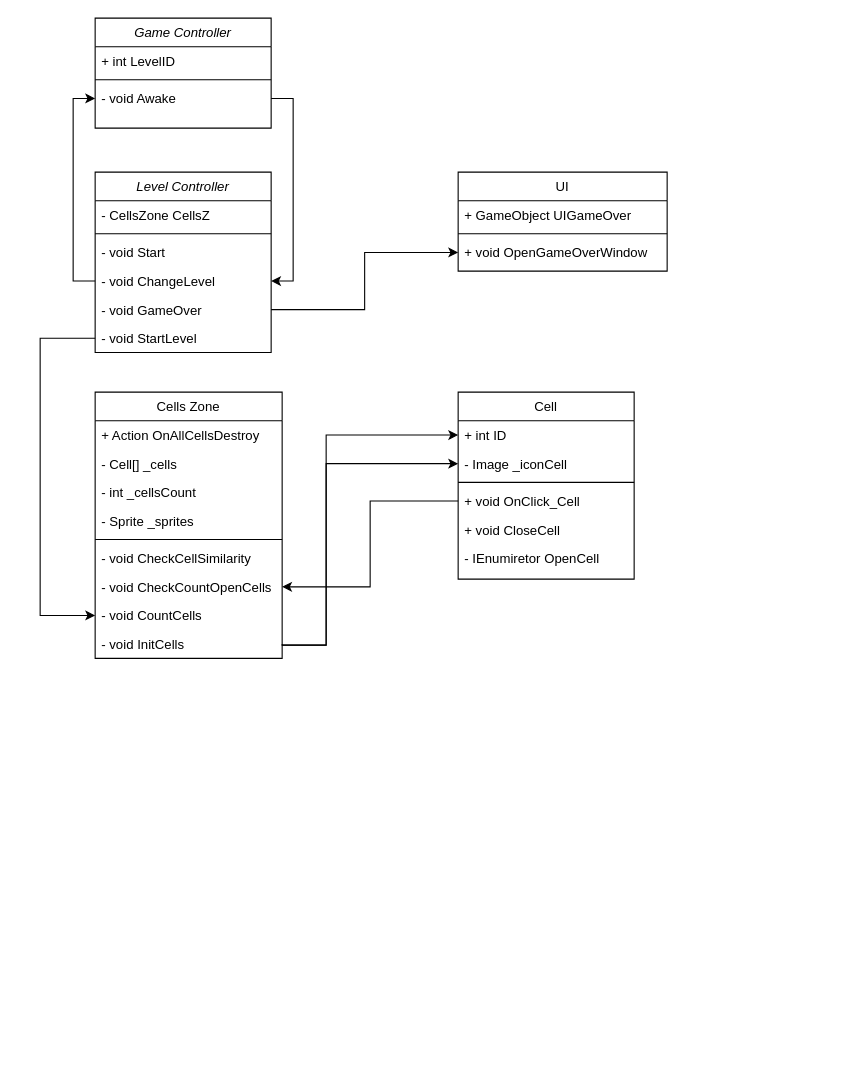
The draw.io diagram Double Trouble.drawio in dvpavlov-dev/Cute-Cells, before the edit. Source tidied: cells renumbered, new cells numbered last; positions are measured from the earlier drawing's top-left corner, leaving out a move shared by most shapes. Both pictures are drawn from the tidied source at 110%, with x=0, y=0 at pixel (40, 18).
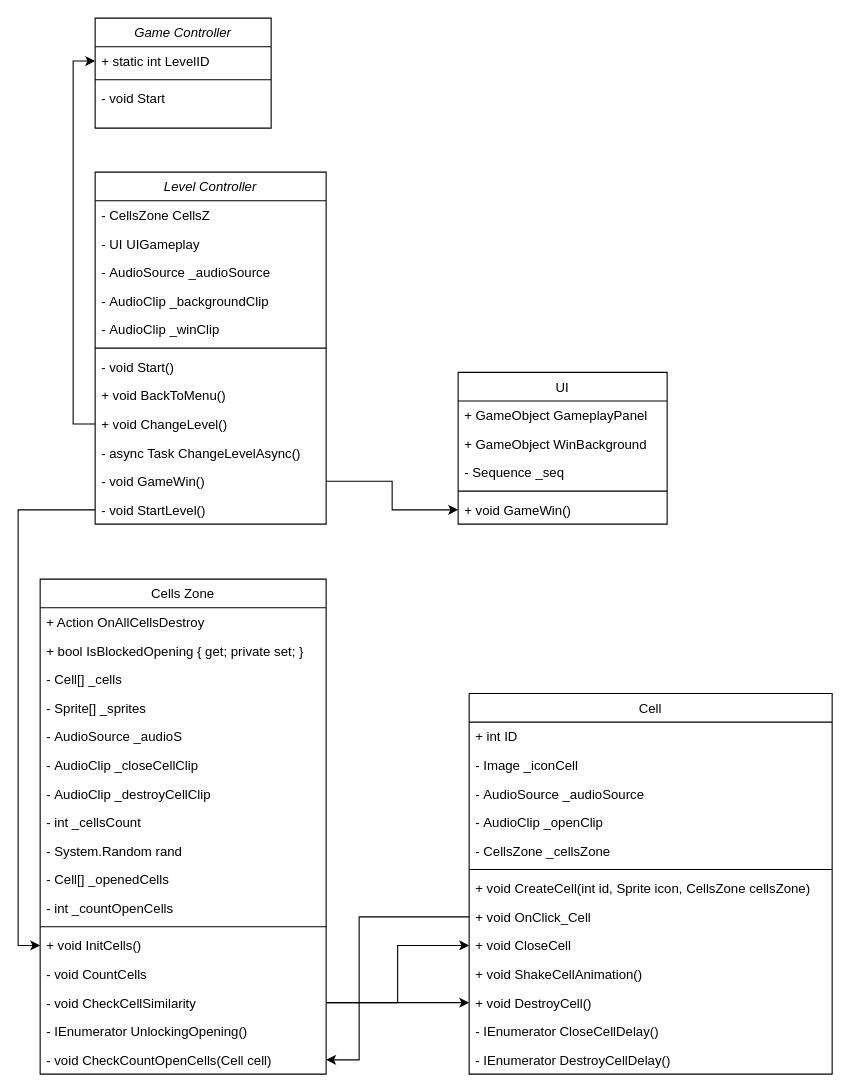
Above is the later version.

Commit message (it also covers changes not shown here):
Дополнил диаграмму классов

The change refers to these unchanged cells:
```xml
<mxCell id="26" value="Game Controller" style="swimlane;fontStyle=2;align=center;verticalAlign=top;horizontal=1;startSize=26;rounded=0;shadow=0;strokeWidth=1;" parent="1" vertex="1">
  <mxGeometry x="50" width="160" height="100" as="geometry" />
</mxCell>
```

What changed in the source:
```diff
@@
     <mxCell id="2" value="Level Controller" style="swimlane;fontStyle=2;align=center;verticalAlign=top;horizontal=1;startSize=26;rounded=0;shadow=0;strokeWidth=1;" parent="1" vertex="1">
-      <mxGeometry x="50" y="140" width="160" height="164" as="geometry" />
+      <mxGeometry x="50" y="140" width="210" height="320" as="geometry" />
     </mxCell>
     <mxCell id="3" value="- CellsZone CellsZ" style="text;align=left;verticalAlign=top;spacingLeft=4;spacingRight=4;overflow=hidden;" parent="2" vertex="1">
-      <mxGeometry y="26" width="160" height="26" as="geometry" />
+      <mxGeometry y="26" width="210" height="26" as="geometry" />
     </mxCell>
+    <mxCell id="41" value="- UI UIGameplay" style="text;align=left;verticalAlign=top;spacingLeft=4;spacingRight=4;overflow=hidden;" parent="2" vertex="1">
+      <mxGeometry y="52" width="210" height="26" as="geometry" />
+    </mxCell>
+    <mxCell id="42" value="- AudioSource _audioSource" style="text;align=left;verticalAlign=top;spacingLeft=4;spacingRight=4;overflow=hidden;" parent="2" vertex="1">
+      <mxGeometry y="78" width="210" height="26" as="geometry" />
+    </mxCell>
+    <mxCell id="43" value="- AudioClip _backgroundClip" style="text;align=left;verticalAlign=top;spacingLeft=4;spacingRight=4;overflow=hidden;" parent="2" vertex="1">
+      <mxGeometry y="104" width="210" height="26" as="geometry" />
+    </mxCell>
+    <mxCell id="44" value="- AudioClip _winClip" style="text;align=left;verticalAlign=top;spacingLeft=4;spacingRight=4;overflow=hidden;" parent="2" vertex="1">
+      <mxGeometry y="130" width="210" height="26" as="geometry" />
+    </mxCell>
     <mxCell id="4" style="line;html=1;strokeWidth=1;align=left;verticalAlign=middle;spacingTop=-1;spacingLeft=3;spacingRight=3;labelPosition=right;" parent="2" vertex="1">
-      <mxGeometry y="52" width="160" height="8" as="geometry" />
+      <mxGeometry y="156" width="210" height="8" as="geometry" />
     </mxCell>
-    <mxCell id="5" value="- void Start" style="text;align=left;verticalAlign=top;spacingLeft=4;spacingRight=4;overflow=hidden;" parent="2" vertex="1">
-      <mxGeometry y="60" width="160" height="26" as="geometry" />
+    <mxCell id="5" value="- void Start()" style="text;align=left;verticalAlign=top;spacingLeft=4;spacingRight=4;overflow=hidden;" parent="2" vertex="1">
+      <mxGeometry y="164" width="210" height="26" as="geometry" />
     </mxCell>
+    <mxCell id="45" value="+ void BackToMenu()" style="text;align=left;verticalAlign=top;spacingLeft=4;spacingRight=4;overflow=hidden;" parent="2" vertex="1">
+      <mxGeometry y="190" width="210" height="26" as="geometry" />
+    </mxCell>
-    <mxCell id="6" value="- void ChangeLevel" style="text;align=left;verticalAlign=top;spacingLeft=4;spacingRight=4;overflow=hidden;points=[[0,0.5],[1,0.5]];portConstraint=eastwest;" parent="2" vertex="1">
-      <mxGeometry y="86" width="160" height="26" as="geometry" />
+    <mxCell id="6" value="+ void ChangeLevel()" style="text;align=left;verticalAlign=top;spacingLeft=4;spacingRight=4;overflow=hidden;points=[[0,0.5],[1,0.5]];portConstraint=eastwest;" parent="2" vertex="1">
+      <mxGeometry y="216" width="210" height="26" as="geometry" />
     </mxCell>
+    <mxCell id="46" value="- async Task ChangeLevelAsync()" style="text;align=left;verticalAlign=top;spacingLeft=4;spacingRight=4;overflow=hidden;" parent="2" vertex="1">
+      <mxGeometry y="242" width="210" height="26" as="geometry" />
+    </mxCell>
-    <mxCell id="7" value="- void GameOver" style="text;align=left;verticalAlign=top;spacingLeft=4;spacingRight=4;overflow=hidden;points=[[0,0.5],[1,0.5]];portConstraint=eastwest;" parent="2" vertex="1">
-      <mxGeometry y="112" width="160" height="26" as="geometry" />
+    <mxCell id="7" value="- void GameWin()" style="text;align=left;verticalAlign=top;spacingLeft=4;spacingRight=4;overflow=hidden;points=[[0,0.5],[1,0.5]];portConstraint=eastwest;" parent="2" vertex="1">
+      <mxGeometry y="268" width="210" height="26" as="geometry" />
     </mxCell>
-    <mxCell id="8" value="- void StartLevel" style="text;align=left;verticalAlign=top;spacingLeft=4;spacingRight=4;overflow=hidden;points=[[0,0.5],[1,0.5]];portConstraint=eastwest;" parent="2" vertex="1">
-      <mxGeometry y="138" width="160" height="26" as="geometry" />
+    <mxCell id="8" value="- void StartLevel()" style="text;align=left;verticalAlign=top;spacingLeft=4;spacingRight=4;overflow=hidden;points=[[0,0.5],[1,0.5]];portConstraint=eastwest;" parent="2" vertex="1">
+      <mxGeometry y="294" width="210" height="26" as="geometry" />
     </mxCell>
     <mxCell id="9" value="Cell" style="swimlane;fontStyle=0;align=center;verticalAlign=top;horizontal=1;startSize=26;rounded=0;shadow=0;strokeWidth=1;" parent="1" vertex="1">
-      <mxGeometry x="380" y="340" width="160" height="170" as="geometry" />
+      <mxGeometry x="390" y="614" width="330" height="346" as="geometry" />
     </mxCell>
     <mxCell id="10" value="+ int ID" style="text;align=left;verticalAlign=top;spacingLeft=4;spacingRight=4;overflow=hidden;points=[[0,0.5],[1,0.5]];portConstraint=eastwest;" parent="9" vertex="1">
-      <mxGeometry y="26" width="160" height="26" as="geometry" />
+      <mxGeometry y="26" width="330" height="26" as="geometry" />
     </mxCell>
     <mxCell id="11" value="- Image _iconCell" style="text;align=left;verticalAlign=top;spacingLeft=4;spacingRight=4;overflow=hidden;points=[[0,0.5],[1,0.5]];portConstraint=eastwest;" parent="9" vertex="1">
-      <mxGeometry y="52" width="160" height="26" as="geometry" />
+      <mxGeometry y="52" width="330" height="26" as="geometry" />
     </mxCell>
+    <mxCell id="47" value="- AudioSource _audioSource" style="text;align=left;verticalAlign=top;spacingLeft=4;spacingRight=4;overflow=hidden;" parent="9" vertex="1">
+      <mxGeometry y="78" width="330" height="26" as="geometry" />
+    </mxCell>
+    <mxCell id="48" value="- AudioClip _openClip" style="text;align=left;verticalAlign=top;spacingLeft=4;spacingRight=4;overflow=hidden;" parent="9" vertex="1">
+      <mxGeometry y="104" width="330" height="26" as="geometry" />
+    </mxCell>
+    <mxCell id="49" value="- CellsZone _cellsZone" style="text;align=left;verticalAlign=top;spacingLeft=4;spacingRight=4;overflow=hidden;" parent="9" vertex="1">
+      <mxGeometry y="130" width="330" height="26" as="geometry" />
+    </mxCell>
     <mxCell id="12" style="line;html=1;strokeWidth=1;align=left;verticalAlign=middle;spacingTop=-1;spacingLeft=3;spacingRight=3;labelPosition=right;" parent="9" vertex="1">
-      <mxGeometry y="78" width="160" height="8" as="geometry" />
+      <mxGeometry y="156" width="330" height="8" as="geometry" />
     </mxCell>
+    <mxCell id="50" value="+ void CreateCell(int id, Sprite icon, CellsZone cellsZone)" style="text;align=left;verticalAlign=top;spacingLeft=4;spacingRight=4;overflow=hidden;" parent="9" vertex="1">
+      <mxGeometry y="164" width="330" height="26" as="geometry" />
+    </mxCell>
     <mxCell id="13" value="+ void OnClick_Cell" style="text;align=left;verticalAlign=top;spacingLeft=4;spacingRight=4;overflow=hidden;points=[[0,0.5],[1,0.5]];portConstraint=eastwest;" parent="9" vertex="1">
-      <mxGeometry y="86" width="160" height="26" as="geometry" />
+      <mxGeometry y="190" width="330" height="26" as="geometry" />
     </mxCell>
     <mxCell id="14" value="+ void CloseCell" style="text;align=left;verticalAlign=top;spacingLeft=4;spacingRight=4;overflow=hidden;points=[[0,0.5],[1,0.5]];portConstraint=eastwest;" parent="9" vertex="1">
-      <mxGeometry y="112" width="160" height="26" as="geometry" />
+      <mxGeometry y="216" width="330" height="26" as="geometry" />
     </mxCell>
+    <mxCell id="51" value="+ void ShakeCellAnimation()" style="text;align=left;verticalAlign=top;spacingLeft=4;spacingRight=4;overflow=hidden;" parent="9" vertex="1">
+      <mxGeometry y="242" width="330" height="26" as="geometry" />
+    </mxCell>
+    <mxCell id="52" value="+ void DestroyCell()" style="text;align=left;verticalAlign=top;spacingLeft=4;spacingRight=4;overflow=hidden;points=[[0,0.5],[1,0.5]];portConstraint=eastwest;" parent="9" vertex="1">
+      <mxGeometry y="268" width="330" height="26" as="geometry" />
+    </mxCell>
+    <mxCell id="53" value="- IEnumerator CloseCellDelay()" style="text;align=left;verticalAlign=top;spacingLeft=4;spacingRight=4;overflow=hidden;" parent="9" vertex="1">
+      <mxGeometry y="294" width="330" height="26" as="geometry" />
+    </mxCell>
-    <mxCell id="15" value="- IEnumiretor OpenCell" style="text;align=left;verticalAlign=top;spacingLeft=4;spacingRight=4;overflow=hidden;" parent="9" vertex="1">
-      <mxGeometry y="138" width="160" height="26" as="geometry" />
+    <mxCell id="15" value="- IEnumerator DestroyCellDelay()" style="text;align=left;verticalAlign=top;spacingLeft=4;spacingRight=4;overflow=hidden;" parent="9" vertex="1">
+      <mxGeometry y="320" width="330" height="26" as="geometry" />
     </mxCell>
     <mxCell id="16" value="Cells Zone" style="swimlane;fontStyle=0;align=center;verticalAlign=top;horizontal=1;startSize=26;rounded=0;shadow=0;strokeWidth=1;" parent="1" vertex="1">
-      <mxGeometry x="50" y="340" width="170" height="242" as="geometry" />
+      <mxGeometry y="510" width="260" height="450" as="geometry" />
     </mxCell>
     <mxCell id="17" value="+ Action OnAllCellsDestroy" style="text;align=left;verticalAlign=top;spacingLeft=4;spacingRight=4;overflow=hidden;" parent="16" vertex="1">
-      <mxGeometry y="26" width="170" height="26" as="geometry" />
+      <mxGeometry y="26" width="260" height="26" as="geometry" />
     </mxCell>
+    <mxCell id="54" value="+ bool IsBlockedOpening { get; private set; }" style="text;align=left;verticalAlign=top;spacingLeft=4;spacingRight=4;overflow=hidden;" parent="16" vertex="1">
+      <mxGeometry y="52" width="260" height="26" as="geometry" />
+    </mxCell>
     <mxCell id="18" value="- Cell[] _cells" style="text;align=left;verticalAlign=top;spacingLeft=4;spacingRight=4;overflow=hidden;" parent="16" vertex="1">
-      <mxGeometry y="52" width="170" height="26" as="geometry" />
+      <mxGeometry y="78" width="260" height="26" as="geometry" />
     </mxCell>
+    <mxCell id="55" value="- Sprite[] _sprites" style="text;align=left;verticalAlign=top;spacingLeft=4;spacingRight=4;overflow=hidden;" parent="16" vertex="1">
+      <mxGeometry y="104" width="260" height="26" as="geometry" />
+    </mxCell>
+    <mxCell id="56" value="- AudioSource _audioS" style="text;align=left;verticalAlign=top;spacingLeft=4;spacingRight=4;overflow=hidden;" parent="16" vertex="1">
+      <mxGeometry y="130" width="260" height="26" as="geometry" />
+    </mxCell>
+    <mxCell id="57" value="- AudioClip _closeCellClip" style="text;align=left;verticalAlign=top;spacingLeft=4;spacingRight=4;overflow=hidden;" parent="16" vertex="1">
+      <mxGeometry y="156" width="260" height="26" as="geometry" />
+    </mxCell>
+    <mxCell id="58" value="- AudioClip _destroyCellClip" style="text;align=left;verticalAlign=top;spacingLeft=4;spacingRight=4;overflow=hidden;" parent="16" vertex="1">
+      <mxGeometry y="182" width="260" height="26" as="geometry" />
+    </mxCell>
     <mxCell id="19" value="- int _cellsCount" style="text;align=left;verticalAlign=top;spacingLeft=4;spacingRight=4;overflow=hidden;" parent="16" vertex="1">
-      <mxGeometry y="78" width="170" height="26" as="geometry" />
+      <mxGeometry y="208" width="260" height="26" as="geometry" />
     </mxCell>
-    <mxCell id="20" value="- Sprite _sprites" style="text;align=left;verticalAlign=top;spacingLeft=4;spacingRight=4;overflow=hidden;" parent="16" vertex="1">
-      <mxGeometry y="104" width="170" height="26" as="geometry" />
-    </mxCell>
+    <mxCell id="59" value="- System.Random rand" style="text;align=left;verticalAlign=top;spacingLeft=4;spacingRight=4;overflow=hidden;" parent="16" vertex="1">
+      <mxGeometry y="234" width="260" height="26" as="geometry" />
+    </mxCell>
+    <mxCell id="60" value="- Cell[] _openedCells" style="text;align=left;verticalAlign=top;spacingLeft=4;spacingRight=4;overflow=hidden;" parent="16" vertex="1">
+      <mxGeometry y="260" width="260" height="26" as="geometry" />
+    </mxCell>
+    <mxCell id="61" value="- int _countOpenCells" style="text;align=left;verticalAlign=top;spacingLeft=4;spacingRight=4;overflow=hidden;" parent="16" vertex="1">
+      <mxGeometry y="286" width="260" height="26" as="geometry" />
+    </mxCell>
     <mxCell id="21" style="line;html=1;strokeWidth=1;align=left;verticalAlign=middle;spacingTop=-1;spacingLeft=3;spacingRight=3;labelPosition=right;" parent="16" vertex="1">
-      <mxGeometry y="130" width="170" height="8" as="geometry" />
+      <mxGeometry y="312" width="260" height="8" as="geometry" />
     </mxCell>
+    <mxCell id="25" value="+ void InitCells()" style="text;align=left;verticalAlign=top;spacingLeft=4;spacingRight=4;overflow=hidden;points=[[0,0.5],[1,0.5]];portConstraint=eastwest;" parent="16" vertex="1">
+      <mxGeometry y="320" width="260" height="26" as="geometry" />
+    </mxCell>
+    <mxCell id="24" value="- void CountCells" style="text;align=left;verticalAlign=top;spacingLeft=4;spacingRight=4;overflow=hidden;" parent="16" vertex="1">
+      <mxGeometry y="346" width="260" height="26" as="geometry" />
+    </mxCell>
     <mxCell id="22" value="- void CheckCellSimilarity" style="text;align=left;verticalAlign=top;spacingLeft=4;spacingRight=4;overflow=hidden;points=[[0,0.5],[1,0.5]];portConstraint=eastwest;" parent="16" vertex="1">
-      <mxGeometry y="138" width="170" height="26" as="geometry" />
+      <mxGeometry y="372" width="260" height="26" as="geometry" />
     </mxCell>
+    <mxCell id="62" value="- IEnumerator UnlockingOpening()" style="text;align=left;verticalAlign=top;spacingLeft=4;spacingRight=4;overflow=hidden;" parent="16" vertex="1">
+      <mxGeometry y="398" width="260" height="26" as="geometry" />
+    </mxCell>
-    <mxCell id="23" value="- void CheckCountOpenCells" style="text;align=left;verticalAlign=top;spacingLeft=4;spacingRight=4;overflow=hidden;points=[[0,0.5],[1,0.5]];portConstraint=eastwest;" parent="16" vertex="1">
-      <mxGeometry y="164" width="170" height="26" as="geometry" />
+    <mxCell id="23" value="- void CheckCountOpenCells(Cell cell)" style="text;align=left;verticalAlign=top;spacingLeft=4;spacingRight=4;overflow=hidden;points=[[0,0.5],[1,0.5]];portConstraint=eastwest;" parent="16" vertex="1">
+      <mxGeometry y="424" width="260" height="26" as="geometry" />
     </mxCell>
-    <mxCell id="24" value="- void CountCells" style="text;align=left;verticalAlign=top;spacingLeft=4;spacingRight=4;overflow=hidden;" parent="16" vertex="1">
-      <mxGeometry y="190" width="170" height="26" as="geometry" />
-    </mxCell>
-    <mxCell id="25" value="- void InitCells" style="text;align=left;verticalAlign=top;spacingLeft=4;spacingRight=4;overflow=hidden;points=[[0,0.5],[1,0.5]];portConstraint=eastwest;" parent="16" vertex="1">
-      <mxGeometry y="216" width="170" height="26" as="geometry" />
-    </mxCell>
@@
-    <mxCell id="27" value="+ int LevelID" style="text;align=left;verticalAlign=top;spacingLeft=4;spacingRight=4;overflow=hidden;points=[[0,0.5],[1,0.5]];portConstraint=eastwest;" parent="26" vertex="1">
+    <mxCell id="27" value="+ static int LevelID" style="text;align=left;verticalAlign=top;spacingLeft=4;spacingRight=4;overflow=hidden;points=[[0,0.5],[1,0.5]];portConstraint=eastwest;" parent="26" vertex="1">
       <mxGeometry y="26" width="160" height="26" as="geometry" />
     </mxCell>
@@
-    <mxCell id="29" value="- void Awake" style="text;align=left;verticalAlign=top;spacingLeft=4;spacingRight=4;overflow=hidden;points=[[0,0.5],[1,0.5]];portConstraint=eastwest;" parent="26" vertex="1">
+    <mxCell id="29" value="- void Start" style="text;align=left;verticalAlign=top;spacingLeft=4;spacingRight=4;overflow=hidden;points=[[0,0.5],[1,0.5]];portConstraint=eastwest;" parent="26" vertex="1">
       <mxGeometry y="60" width="160" height="26" as="geometry" />
     </mxCell>
     <mxCell id="30" value="UI" style="swimlane;fontStyle=0;align=center;verticalAlign=top;horizontal=1;startSize=26;rounded=0;shadow=0;strokeWidth=1;" parent="1" vertex="1">
-      <mxGeometry x="380" y="140" width="190" height="90" as="geometry" />
+      <mxGeometry x="380" y="322" width="190" height="138" as="geometry" />
     </mxCell>
-    <mxCell id="31" value="+ GameObject UIGameOver" style="text;align=left;verticalAlign=top;spacingLeft=4;spacingRight=4;overflow=hidden;" parent="30" vertex="1">
+    <mxCell id="31" value="+ GameObject GameplayPanel" style="text;align=left;verticalAlign=top;spacingLeft=4;spacingRight=4;overflow=hidden;" parent="30" vertex="1">
       <mxGeometry y="26" width="190" height="26" as="geometry" />
     </mxCell>
+    <mxCell id="63" value="+ GameObject WinBackground" style="text;align=left;verticalAlign=top;spacingLeft=4;spacingRight=4;overflow=hidden;" parent="30" vertex="1">
+      <mxGeometry y="52" width="190" height="26" as="geometry" />
+    </mxCell>
+    <mxCell id="64" value="- Sequence _seq" style="text;align=left;verticalAlign=top;spacingLeft=4;spacingRight=4;overflow=hidden;" parent="30" vertex="1">
+      <mxGeometry y="78" width="190" height="26" as="geometry" />
+    </mxCell>
     <mxCell id="32" style="line;html=1;strokeWidth=1;align=left;verticalAlign=middle;spacingTop=-1;spacingLeft=3;spacingRight=3;labelPosition=right;" parent="30" vertex="1">
-      <mxGeometry y="52" width="190" height="8" as="geometry" />
+      <mxGeometry y="104" width="190" height="8" as="geometry" />
     </mxCell>
-    <mxCell id="33" value="+ void OpenGameOverWindow" style="text;align=left;verticalAlign=top;spacingLeft=4;spacingRight=4;overflow=hidden;points=[[0,0.5],[1,0.5]];portConstraint=eastwest;" parent="30" vertex="1">
-      <mxGeometry y="60" width="190" height="26" as="geometry" />
+    <mxCell id="33" value="+ void GameWin()" style="text;align=left;verticalAlign=top;spacingLeft=4;spacingRight=4;overflow=hidden;points=[[0,0.5],[1,0.5]];portConstraint=eastwest;" parent="30" vertex="1">
+      <mxGeometry y="112" width="190" height="26" as="geometry" />
     </mxCell>
+    <mxCell id="65" style="edgeStyle=orthogonalEdgeStyle;rounded=0;jettySize=auto;html=1;entryX=0;entryY=0.5;entryDx=0;entryDy=0;" parent="1" edge="1" source="8" target="25">
+      <mxGeometry relative="1" as="geometry" />
+    </mxCell>
+    <mxCell id="37" style="edgeStyle=orthogonalEdgeStyle;rounded=0;jettySize=auto;html=1;entryX=0;entryY=0.5;entryDx=0;entryDy=0;" parent="1" edge="1" source="7" target="33">
+      <mxGeometry relative="1" as="geometry" />
+    </mxCell>
+    <mxCell id="66" style="edgeStyle=orthogonalEdgeStyle;rounded=0;jettySize=auto;html=1;entryX=0;entryY=0.5;entryDx=0;entryDy=0;" parent="1" edge="1" source="22" target="52">
+      <mxGeometry relative="1" as="geometry" />
+    </mxCell>
+    <mxCell id="67" style="edgeStyle=orthogonalEdgeStyle;rounded=0;jettySize=auto;html=1;entryX=0;entryY=0.5;entryDx=0;entryDy=0;" parent="1" edge="1" source="22" target="14">
+      <mxGeometry relative="1" as="geometry" />
+    </mxCell>
     <mxCell id="34" style="edgeStyle=orthogonalEdgeStyle;rounded=0;jettySize=auto;html=1;entryX=1;entryY=0.5;entryDx=0;entryDy=0;" parent="1" edge="1" source="13" target="23">
-      <mxGeometry relative="1" as="geometry" />
+      <mxGeometry relative="1" as="geometry">
+        <Array as="points">
+          <mxPoint x="290" y="817" />
+          <mxPoint x="290" y="947" />
+        </Array>
+      </mxGeometry>
     </mxCell>
-    <mxCell id="35" style="edgeStyle=orthogonalEdgeStyle;rounded=0;jettySize=auto;html=1;entryX=0;entryY=0.5;entryDx=0;entryDy=0;" parent="1" edge="1" source="25" target="10">
-      <mxGeometry relative="1" as="geometry">
-        <Array as="points">
-          <mxPoint x="260" y="570" />
-          <mxPoint x="260" y="379" />
-        </Array>
-      </mxGeometry>
-    </mxCell>
-    <mxCell id="36" style="edgeStyle=orthogonalEdgeStyle;rounded=0;jettySize=auto;html=1;exitX=1;exitY=0.5;exitDx=0;exitDy=0;entryX=0;entryY=0.5;entryDx=0;entryDy=0;" parent="1" edge="1" source="25" target="11">
-      <mxGeometry relative="1" as="geometry">
-        <Array as="points">
-          <mxPoint x="220" y="570" />
-          <mxPoint x="260" y="570" />
-          <mxPoint x="260" y="405" />
-        </Array>
-      </mxGeometry>
-    </mxCell>
-    <mxCell id="37" style="edgeStyle=orthogonalEdgeStyle;rounded=0;jettySize=auto;html=1;entryX=0;entryY=0.5;entryDx=0;entryDy=0;" parent="1" edge="1" source="7" target="33">
-      <mxGeometry relative="1" as="geometry" />
-    </mxCell>
-    <mxCell id="38" style="edgeStyle=orthogonalEdgeStyle;rounded=0;orthogonalLoop=1;jettySize=auto;html=1;entryX=0;entryY=0.5;entryDx=0;entryDy=0;" parent="1" edge="1">
-      <mxGeometry relative="1" as="geometry">
-        <mxPoint x="50" y="291" as="sourcePoint" />
-        <mxPoint x="50" y="543" as="targetPoint" />
-        <Array as="points">
-          <mxPoint y="291" />
-          <mxPoint y="543" />
-        </Array>
-      </mxGeometry>
-    </mxCell>
-    <mxCell id="39" style="edgeStyle=orthogonalEdgeStyle;rounded=0;jettySize=auto;html=1;entryX=0;entryY=0.5;entryDx=0;entryDy=0;" parent="1" edge="1" source="6" target="29">
-      <mxGeometry relative="1" as="geometry" />
-    </mxCell>
-    <mxCell id="40" style="edgeStyle=orthogonalEdgeStyle;rounded=0;jettySize=auto;html=1;entryX=1;entryY=0.5;entryDx=0;entryDy=0;" parent="1" edge="1" source="29" target="6">
-      <mxGeometry relative="1" as="geometry">
-        <Array as="points">
-          <mxPoint x="230" y="73" />
-          <mxPoint x="230" y="239" />
-        </Array>
-      </mxGeometry>
-    </mxCell>
+    <mxCell id="68" style="edgeStyle=orthogonalEdgeStyle;rounded=0;jettySize=auto;html=1;entryX=0;entryY=0.5;entryDx=0;entryDy=0;" parent="1" edge="1" source="6" target="27">
+      <mxGeometry relative="1" as="geometry" />
+    </mxCell>
```
